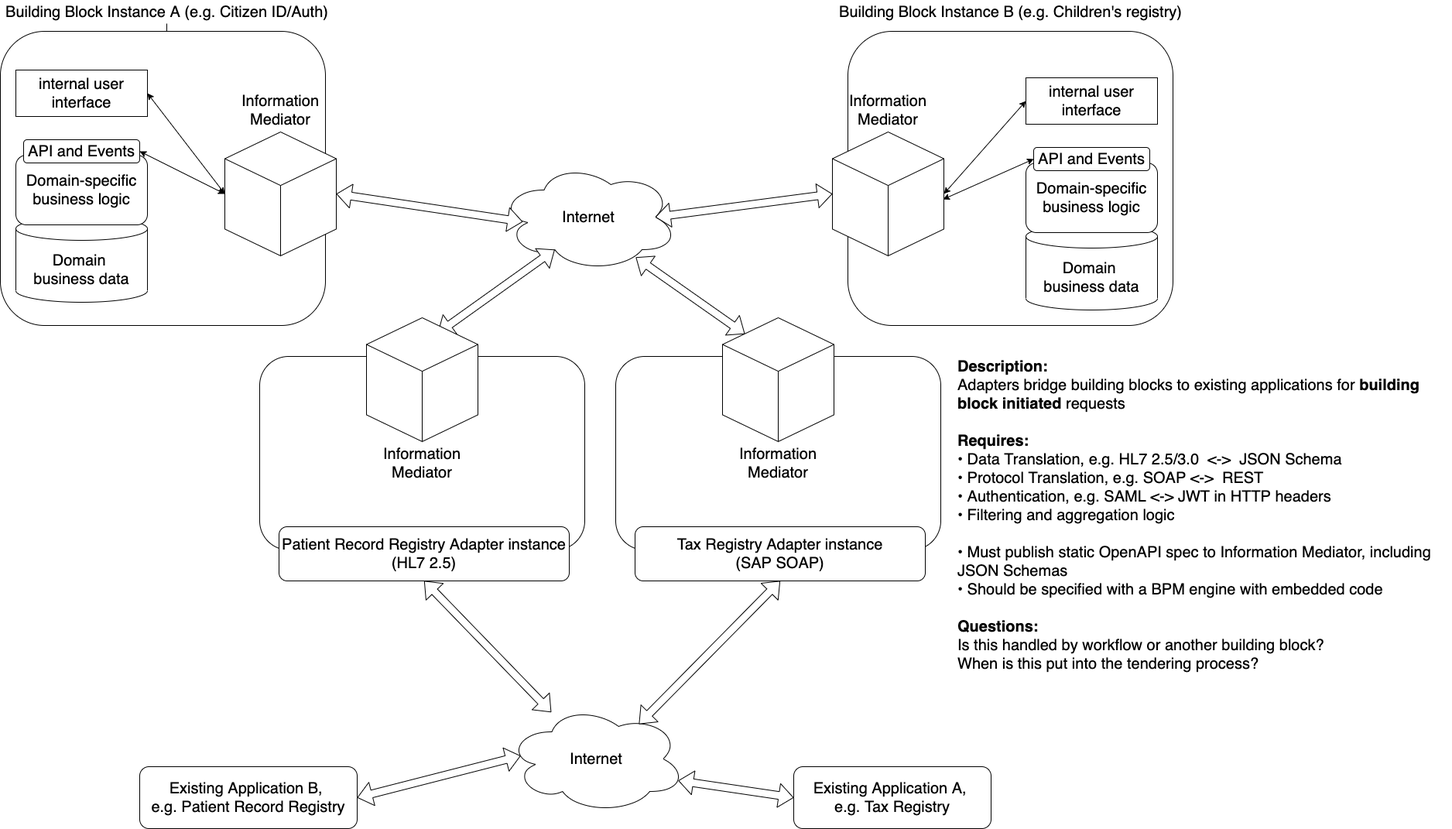
Before: diagrams/adapters.png, a diagram exported from draw.io (GovStackWorkingGroup/BuildingBlockAPI). Source tidied: cells renumbered, new cells last; positions are measured from the earlier drawing's top-left corner, leaving out a move shared by most shapes.
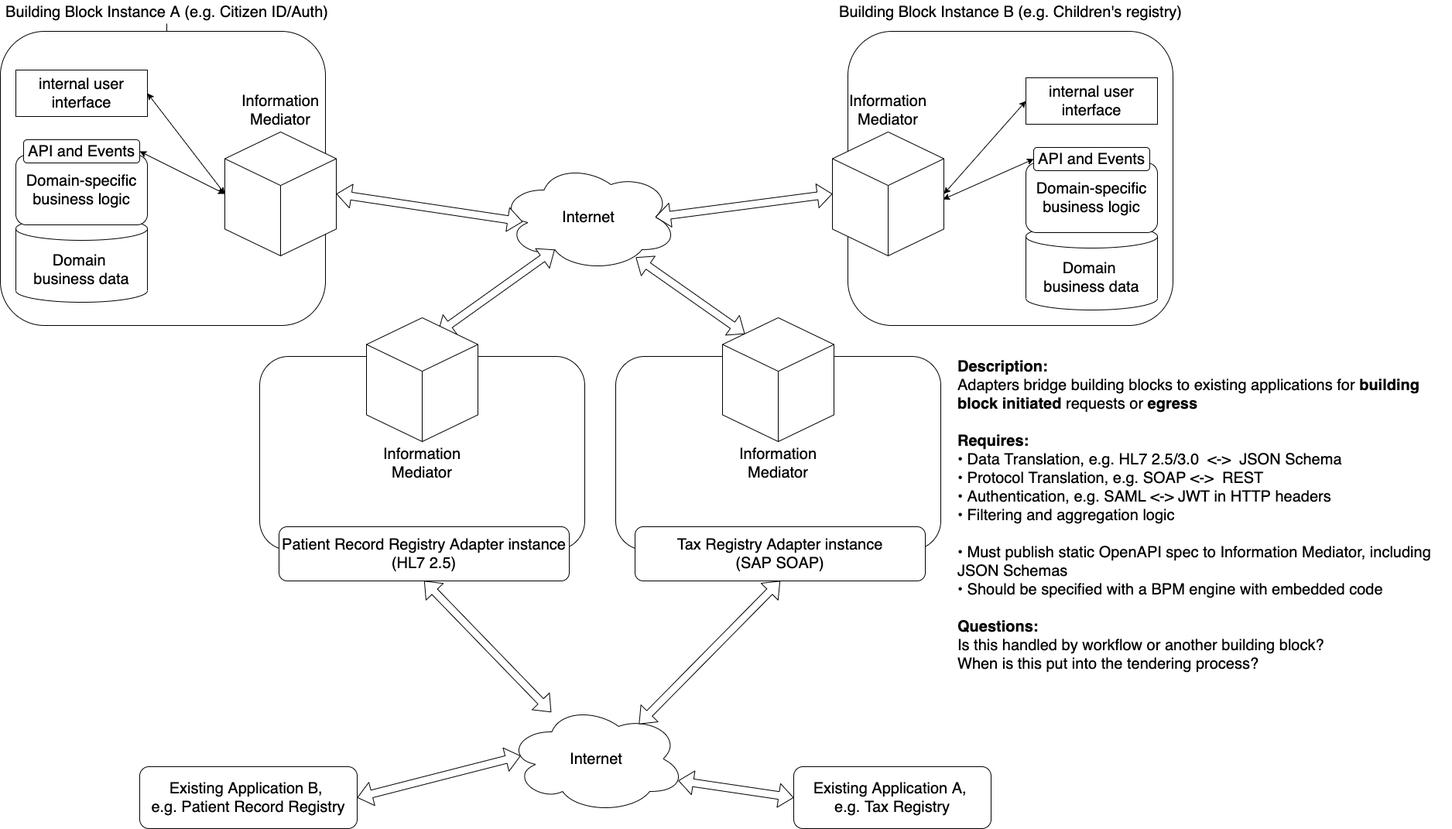
The same file after the commit.

What changed in the source:
```diff
@@ -133,7 +133,7 @@
     <mxCell id="44" value="Patient Record Registry Adapter instance&lt;br&gt;(HL7 2.5)" style="rounded=1;whiteSpace=wrap;html=1;fontSize=20;" parent="43" vertex="1">
       <mxGeometry width="375" height="70" as="geometry" />
     </mxCell>
-    <mxCell id="45" value="&lt;div&gt;&lt;font face=&quot;helvetica&quot;&gt;&lt;span style=&quot;font-size: 20px&quot;&gt;&lt;b&gt;Description:&lt;/b&gt;&lt;/span&gt;&lt;/font&gt;&lt;/div&gt;&lt;div&gt;&lt;font face=&quot;helvetica&quot;&gt;&lt;span style=&quot;font-size: 20px&quot;&gt;Adapters bridge building blocks to existing applications for &lt;b&gt;building block initiated&lt;/b&gt; requests&lt;/span&gt;&lt;/font&gt;&lt;/div&gt;&lt;div&gt;&lt;font face=&quot;helvetica&quot;&gt;&lt;span style=&quot;font-size: 20px&quot;&gt;&lt;b&gt;&lt;br&gt;&lt;/b&gt;&lt;/span&gt;&lt;/font&gt;&lt;/div&gt;&lt;div&gt;&lt;font face=&quot;helvetica&quot;&gt;&lt;span style=&quot;font-size: 20px&quot;&gt;&lt;b&gt;Requires:&lt;/b&gt;&lt;/span&gt;&lt;/font&gt;&lt;/div&gt;&lt;div&gt;&lt;span style=&quot;font-size: 20px&quot;&gt;&lt;font face=&quot;helvetica&quot;&gt;• Data Translation, e.g. HL7 2.5/3.0&amp;nbsp; &amp;lt;-&amp;gt;&amp;nbsp; JSON Schema&lt;/font&gt;&lt;/span&gt;&lt;/div&gt;&lt;div&gt;&lt;span style=&quot;font-size: 20px&quot;&gt;&lt;font face=&quot;helvetica&quot;&gt;• Protocol Translation, e.g. SOAP &amp;lt;-&amp;gt;&amp;nbsp; REST&lt;/font&gt;&lt;/span&gt;&lt;/div&gt;&lt;div&gt;&lt;span style=&quot;font-size: 20px&quot;&gt;&lt;font face=&quot;helvetica&quot;&gt;• Authentication, e.g. SAML &amp;lt;-&amp;gt; JWT in HTTP headers&lt;/font&gt;&lt;/span&gt;&lt;/div&gt;&lt;div&gt;&lt;span style=&quot;font-size: 20px&quot;&gt;&lt;font face=&quot;helvetica&quot;&gt;• Filtering and aggregation logic&lt;/font&gt;&lt;/span&gt;&lt;/div&gt;&lt;div&gt;&lt;/div&gt;&lt;span style=&quot;font-family: &amp;#34;helvetica&amp;#34; ; font-size: 20px&quot;&gt;&lt;br&gt;&lt;/span&gt;&lt;div&gt;&lt;span style=&quot;font-size: 20px&quot;&gt;&lt;font face=&quot;helvetica&quot;&gt;• Must publish static OpenAPI spec to Information Mediator, including JSON Schemas&lt;/font&gt;&lt;/span&gt;&lt;/div&gt;&lt;div&gt;&lt;span style=&quot;font-family: &amp;#34;helvetica&amp;#34; ; font-size: 20px&quot;&gt;•&amp;nbsp;&lt;/span&gt;&lt;span style=&quot;font-family: &amp;#34;helvetica&amp;#34; ; font-size: 20px&quot;&gt;Should be specified with a BPM engine with embedded code&lt;/span&gt;&lt;span style=&quot;font-size: 20px&quot;&gt;&lt;font face=&quot;helvetica&quot;&gt;&lt;br&gt;&lt;/font&gt;&lt;/span&gt;&lt;/div&gt;&lt;div&gt;&lt;span style=&quot;font-family: &amp;#34;helvetica&amp;#34; ; font-size: 20px&quot;&gt;&lt;br&gt;&lt;/span&gt;&lt;/div&gt;&lt;div&gt;&lt;span style=&quot;font-family: &amp;#34;helvetica&amp;#34; ; font-size: 20px&quot;&gt;&lt;b&gt;Questions:&lt;/b&gt;&lt;/span&gt;&lt;/div&gt;&lt;div&gt;&lt;span style=&quot;font-family: &amp;#34;helvetica&amp;#34; ; font-size: 20px&quot;&gt;Is this handled by workflow or another building block?&lt;/span&gt;&lt;/div&gt;&lt;div&gt;&lt;span style=&quot;font-family: &amp;#34;helvetica&amp;#34; ; font-size: 20px&quot;&gt;When is this put into the tendering process?&lt;/span&gt;&lt;/div&gt;" style="text;whiteSpace=wrap;html=1;align=left;" parent="1" vertex="1">
+    <mxCell id="45" value="&lt;div&gt;&lt;font face=&quot;helvetica&quot;&gt;&lt;span style=&quot;font-size: 20px&quot;&gt;&lt;b&gt;Description:&lt;/b&gt;&lt;/span&gt;&lt;/font&gt;&lt;/div&gt;&lt;div&gt;&lt;font face=&quot;helvetica&quot;&gt;&lt;span style=&quot;font-size: 20px&quot;&gt;Adapters bridge building blocks to existing applications for &lt;b&gt;building block initiated&lt;/b&gt; requests or &lt;b&gt;egress&lt;/b&gt;&lt;/span&gt;&lt;/font&gt;&lt;/div&gt;&lt;div&gt;&lt;font face=&quot;helvetica&quot;&gt;&lt;span style=&quot;font-size: 20px&quot;&gt;&lt;b&gt;&lt;br&gt;&lt;/b&gt;&lt;/span&gt;&lt;/font&gt;&lt;/div&gt;&lt;div&gt;&lt;font face=&quot;helvetica&quot;&gt;&lt;span style=&quot;font-size: 20px&quot;&gt;&lt;b&gt;Requires:&lt;/b&gt;&lt;/span&gt;&lt;/font&gt;&lt;/div&gt;&lt;div&gt;&lt;span style=&quot;font-size: 20px&quot;&gt;&lt;font face=&quot;helvetica&quot;&gt;• Data Translation, e.g. HL7 2.5/3.0&amp;nbsp; &amp;lt;-&amp;gt;&amp;nbsp; JSON Schema&lt;/font&gt;&lt;/span&gt;&lt;/div&gt;&lt;div&gt;&lt;span style=&quot;font-size: 20px&quot;&gt;&lt;font face=&quot;helvetica&quot;&gt;• Protocol Translation, e.g. SOAP &amp;lt;-&amp;gt;&amp;nbsp; REST&lt;/font&gt;&lt;/span&gt;&lt;/div&gt;&lt;div&gt;&lt;span style=&quot;font-size: 20px&quot;&gt;&lt;font face=&quot;helvetica&quot;&gt;• Authentication, e.g. SAML &amp;lt;-&amp;gt; JWT in HTTP headers&lt;/font&gt;&lt;/span&gt;&lt;/div&gt;&lt;div&gt;&lt;span style=&quot;font-size: 20px&quot;&gt;&lt;font face=&quot;helvetica&quot;&gt;• Filtering and aggregation logic&lt;/font&gt;&lt;/span&gt;&lt;/div&gt;&lt;div&gt;&lt;/div&gt;&lt;span style=&quot;font-family: &amp;#34;helvetica&amp;#34; ; font-size: 20px&quot;&gt;&lt;br&gt;&lt;/span&gt;&lt;div&gt;&lt;span style=&quot;font-size: 20px&quot;&gt;&lt;font face=&quot;helvetica&quot;&gt;• Must publish static OpenAPI spec to Information Mediator, including JSON Schemas&lt;/font&gt;&lt;/span&gt;&lt;/div&gt;&lt;div&gt;&lt;span style=&quot;font-family: &amp;#34;helvetica&amp;#34; ; font-size: 20px&quot;&gt;•&amp;nbsp;&lt;/span&gt;&lt;span style=&quot;font-family: &amp;#34;helvetica&amp;#34; ; font-size: 20px&quot;&gt;Should be specified with a BPM engine with embedded code&lt;/span&gt;&lt;span style=&quot;font-size: 20px&quot;&gt;&lt;font face=&quot;helvetica&quot;&gt;&lt;br&gt;&lt;/font&gt;&lt;/span&gt;&lt;/div&gt;&lt;div&gt;&lt;span style=&quot;font-family: &amp;#34;helvetica&amp;#34; ; font-size: 20px&quot;&gt;&lt;br&gt;&lt;/span&gt;&lt;/div&gt;&lt;div&gt;&lt;span style=&quot;font-family: &amp;#34;helvetica&amp;#34; ; font-size: 20px&quot;&gt;&lt;b&gt;Questions:&lt;/b&gt;&lt;/span&gt;&lt;/div&gt;&lt;div&gt;&lt;span style=&quot;font-family: &amp;#34;helvetica&amp;#34; ; font-size: 20px&quot;&gt;Is this handled by workflow or another building block?&lt;/span&gt;&lt;/div&gt;&lt;div&gt;&lt;span style=&quot;font-family: &amp;#34;helvetica&amp;#34; ; font-size: 20px&quot;&gt;When is this put into the tendering process?&lt;/span&gt;&lt;/div&gt;" style="text;whiteSpace=wrap;html=1;align=left;" parent="1" vertex="1">
       <mxGeometry x="1235" y="455" width="640" height="405" as="geometry" />
     </mxCell>
     <mxCell id="46" value="&lt;font style=&quot;font-size: 20px&quot;&gt;Existing Application B, &lt;br&gt;e.g. Patient Record Registry&lt;/font&gt;" style="rounded=1;whiteSpace=wrap;html=1;" parent="1" vertex="1">
```
